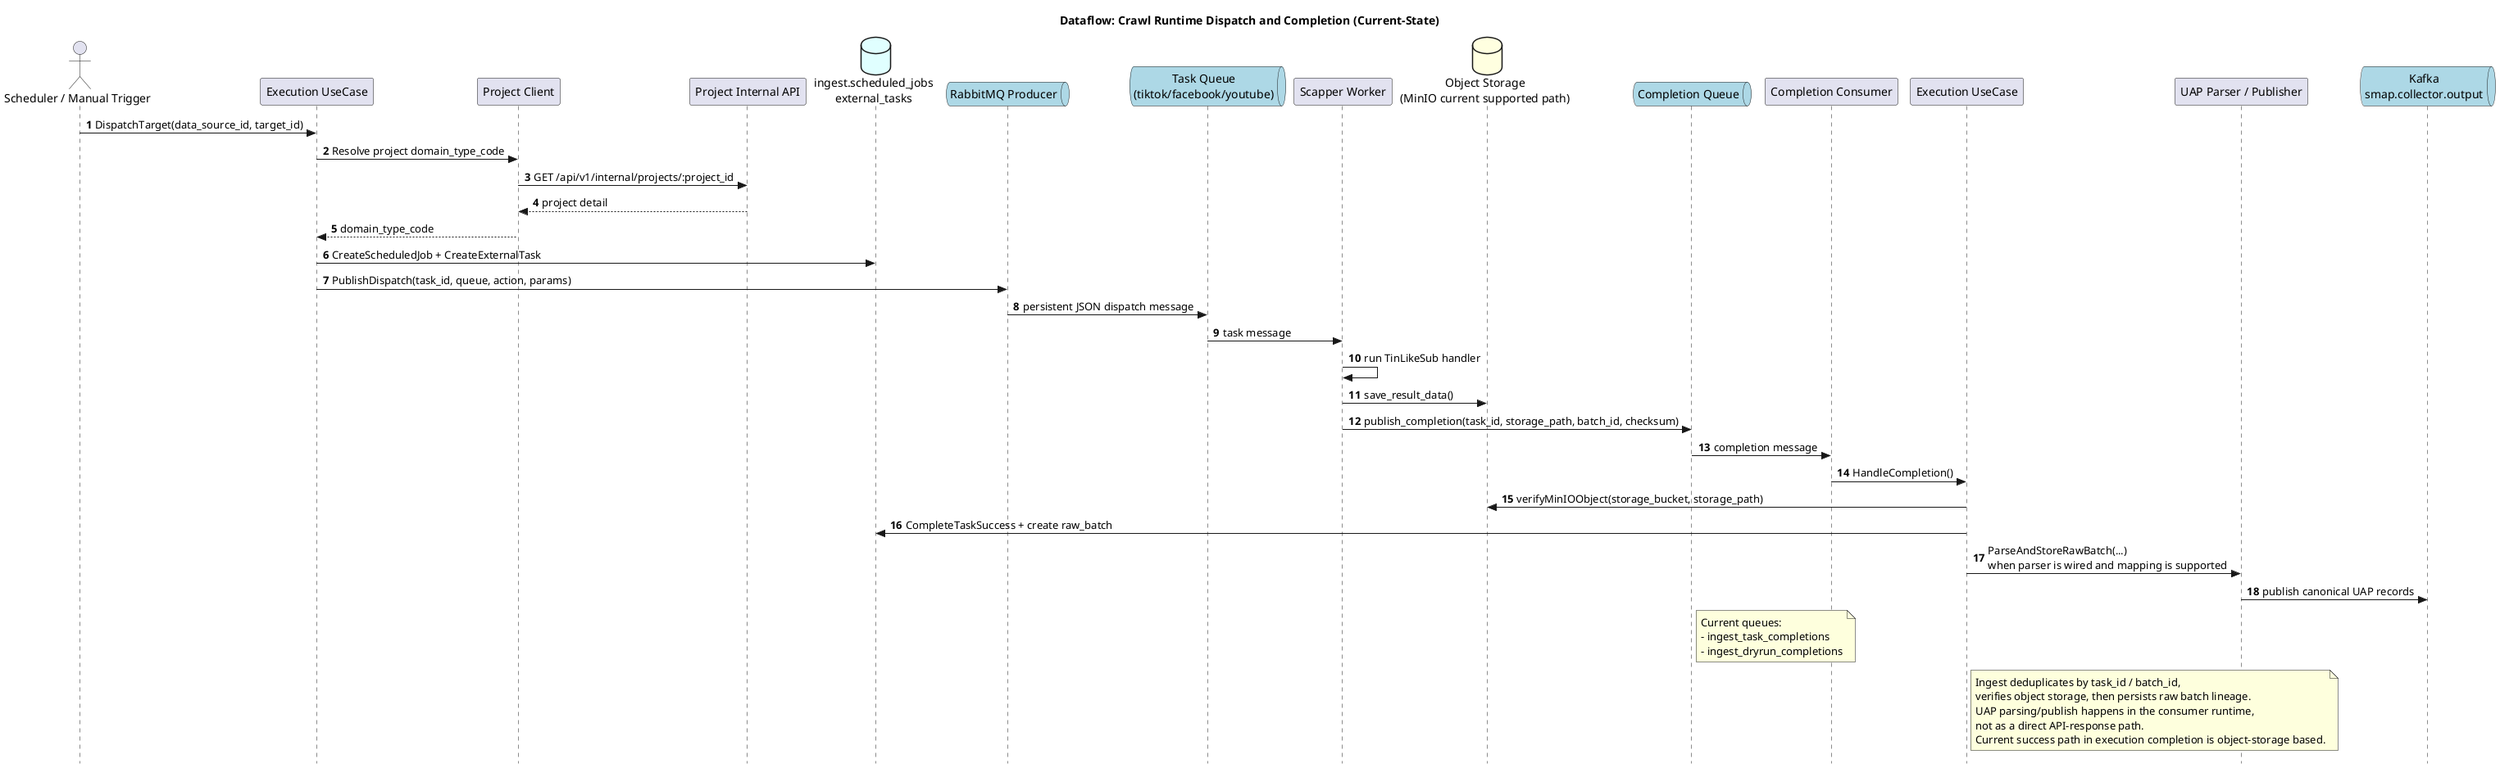
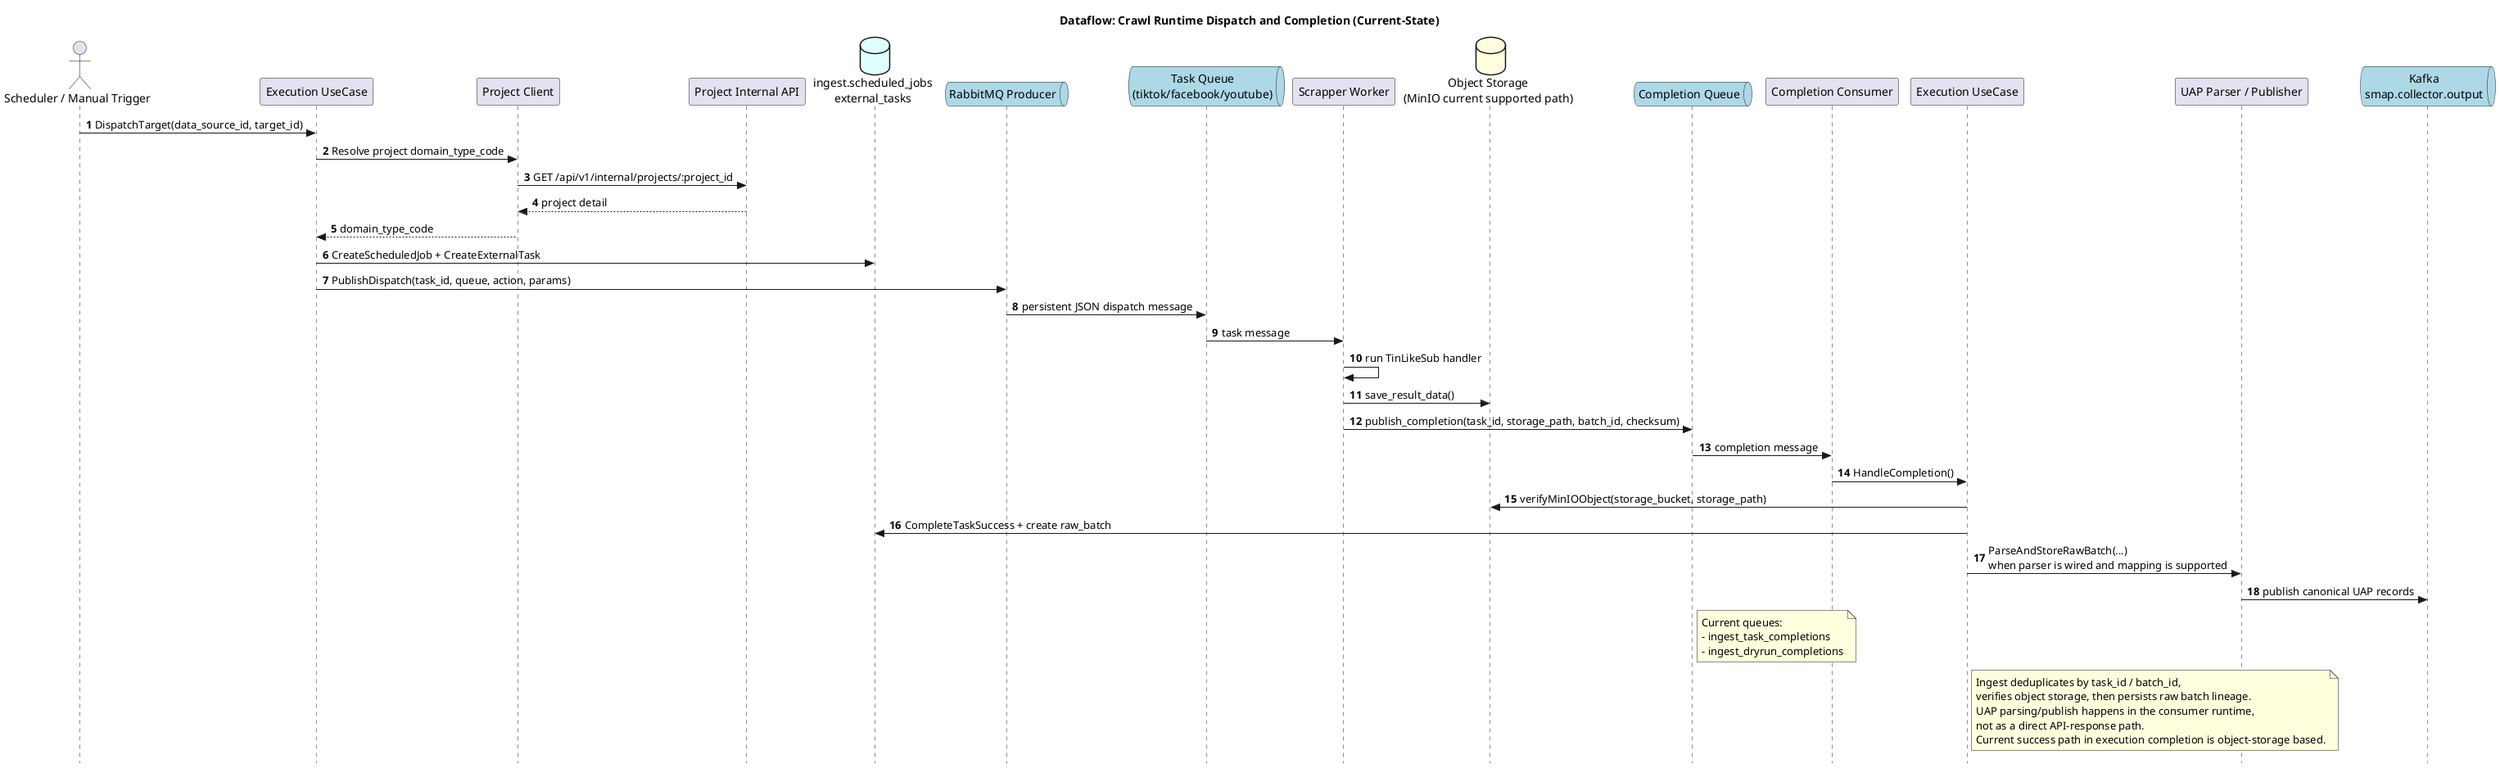
@startuml
title Dataflow: Crawl Runtime Dispatch and Completion (Current-State)

autonumber
skinparam Style strictuml

actor "Scheduler / Manual Trigger" as trigger
participant "Execution UseCase" as exec_uc
participant "Project Client" as project_client
participant "Project Internal API" as project_api
database "ingest.scheduled_jobs\nexternal_tasks" as ingest_db #LightCyan
queue "RabbitMQ Producer" as producer #LightBlue
queue "Task Queue\n(tiktok/facebook/youtube)" as task_queue #LightBlue
- participant "Scapper Worker" as worker
+ participant "Scrapper Worker" as worker
database "Object Storage\n(MinIO current supported path)" as storage #LightYellow
queue "Completion Queue" as completion_queue #LightBlue
participant "Completion Consumer" as completion_consumer
participant "Execution UseCase" as completion_uc
participant "UAP Parser / Publisher" as uap_uc
queue "Kafka\nsmap.collector.output" as kafka #LightBlue

trigger -> exec_uc : DispatchTarget(data_source_id, target_id)
exec_uc -> project_client : Resolve project domain_type_code
project_client -> project_api : GET /api/v1/internal/projects/:project_id
project_api --> project_client : project detail
project_client --> exec_uc : domain_type_code

exec_uc -> ingest_db : CreateScheduledJob + CreateExternalTask
exec_uc -> producer : PublishDispatch(task_id, queue, action, params)
producer -> task_queue : persistent JSON dispatch message

task_queue -> worker : task message
worker -> worker : run TinLikeSub handler
worker -> storage : save_result_data()
worker -> completion_queue : publish_completion(task_id, storage_path, batch_id, checksum)

completion_queue -> completion_consumer : completion message
completion_consumer -> completion_uc : HandleCompletion()
completion_uc -> storage : verifyMinIOObject(storage_bucket, storage_path)
completion_uc -> ingest_db : CompleteTaskSuccess + create raw_batch
completion_uc -> uap_uc : ParseAndStoreRawBatch(...)\nwhen parser is wired and mapping is supported
uap_uc -> kafka : publish canonical UAP records

note right of completion_queue
Current queues:
- ingest_task_completions
- ingest_dryrun_completions
end note

note right of completion_uc
Ingest deduplicates by task_id / batch_id,
verifies object storage, then persists raw batch lineage.
UAP parsing/publish happens in the consumer runtime,
not as a direct API-response path.
Current success path in execution completion is object-storage based.
end note

@enduml
